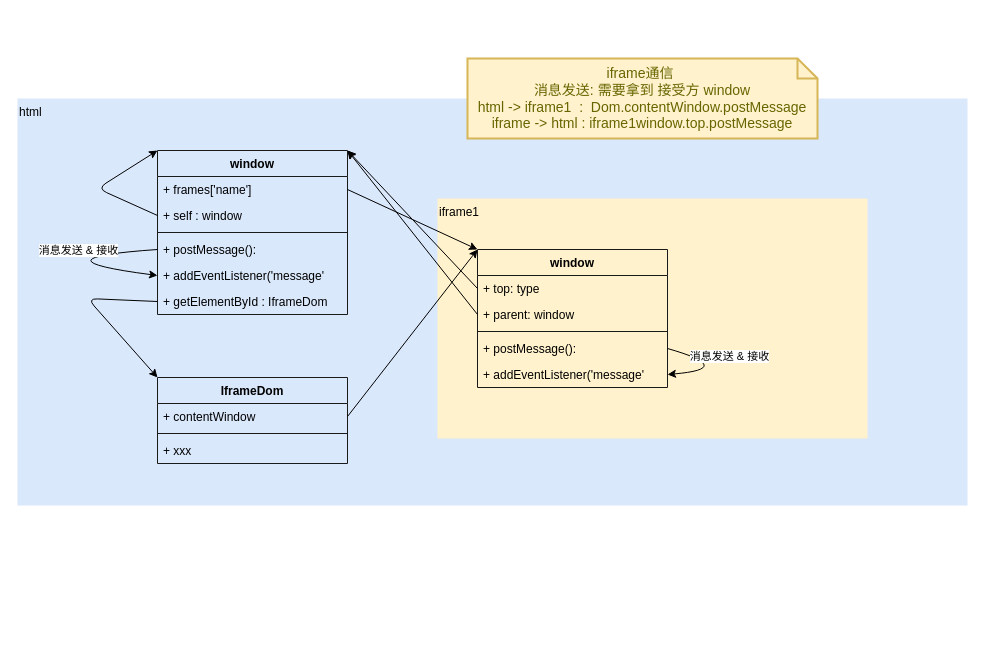
Earlier version of the draw.io diagram docs/.vuepress/public/drawio/iframe.drawio (Hero-King/asset). Source tidied: cells renumbered, new cells numbered last; positions are measured from the earlier drawing's top-left corner, leaving out a move shared by most shapes. Both pictures are drawn from the tidied source at 100%, with x=0, y=0 at pixel (17, 58).
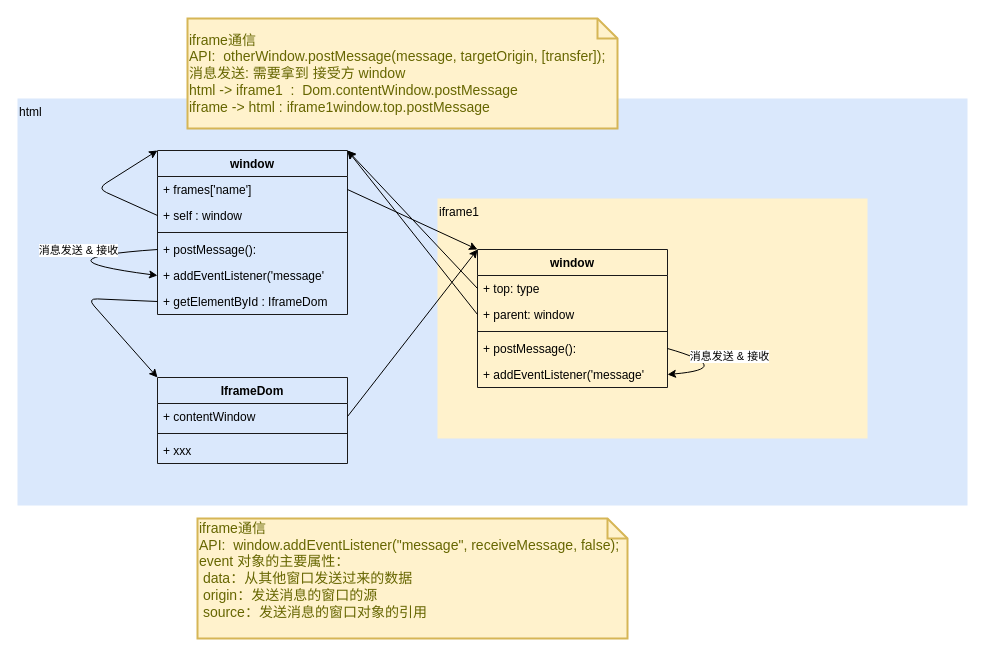
Above is the later version.

Commit message:
iframe-receiveMsg

Diff of the diagram source:
```diff
@@
-    <mxCell id="32" value="iframe通信&amp;nbsp;&lt;br&gt;消息发送: 需要拿到 接受方 window&lt;br&gt;html -&amp;gt; iframe1&amp;nbsp; :&amp;nbsp; Dom.contentWindow.postMessage&lt;br&gt;iframe -&amp;gt; html : iframe1window.top.postMessage" style="shape=note;strokeWidth=2;fontSize=14;size=20;whiteSpace=wrap;html=1;fillColor=#fff2cc;strokeColor=#d6b656;fontColor=#666600;rounded=0;" parent="1" vertex="1">
-      <mxGeometry x="450" width="350" height="80" as="geometry" />
+    <mxCell id="32" value="iframe通信&amp;nbsp;&lt;br&gt;&lt;div&gt;API:&amp;nbsp; otherWindow.postMessage(message, targetOrigin, [transfer]);&lt;/div&gt;消息发送: 需要拿到 接受方 window&lt;br&gt;html -&amp;gt; iframe1&amp;nbsp; :&amp;nbsp; Dom.contentWindow.postMessage&lt;br&gt;iframe -&amp;gt; html : iframe1window.top.postMessage" style="shape=note;strokeWidth=2;fontSize=14;size=20;whiteSpace=wrap;html=1;fillColor=#fff2cc;strokeColor=#d6b656;fontColor=#666600;rounded=0;align=left;" parent="1" vertex="1">
+      <mxGeometry x="170" y="-40" width="430" height="110" as="geometry" />
     </mxCell>
+    <mxCell id="33" value="iframe通信&amp;nbsp;&lt;br&gt;&lt;div&gt;API:&amp;nbsp;&amp;nbsp;&lt;span style=&quot;background-color: initial;&quot;&gt;window.addEventListener(&quot;message&quot;, receiveMessage, false);&lt;/span&gt;&lt;/div&gt;&lt;div&gt;&lt;span style=&quot;background-color: initial;&quot;&gt;event 对象的主要属性：&amp;nbsp;&lt;/span&gt;&lt;/div&gt;&lt;div&gt;&lt;span style=&quot;background-color: initial;&quot;&gt;&amp;nbsp;data：从其他窗口发送过来的数据&amp;nbsp;&lt;/span&gt;&lt;/div&gt;&lt;div&gt;&lt;span style=&quot;background-color: initial;&quot;&gt;&amp;nbsp;origin：发送消息的窗口的源&amp;nbsp;&lt;/span&gt;&lt;/div&gt;&lt;div&gt;&lt;span style=&quot;background-color: initial;&quot;&gt;&amp;nbsp;source：发送消息的窗口对象的引用&lt;/span&gt;&lt;/div&gt;&lt;span style=&quot;background-color: rgb(28, 29, 33); font-size: 12px; font-family: &amp;quot;JetBranins Mono&amp;quot;, Monaco, Consolas, &amp;quot;Courier New&amp;quot;, monospace; color: rgb(192, 197, 206);&quot;&gt;&lt;br&gt;&lt;/span&gt;" style="shape=note;strokeWidth=2;fontSize=14;size=20;whiteSpace=wrap;html=1;fillColor=#fff2cc;strokeColor=#d6b656;fontColor=#666600;rounded=0;align=left;" parent="1" vertex="1">
+      <mxGeometry x="180" y="460" width="430" height="120" as="geometry" />
+    </mxCell>
```
